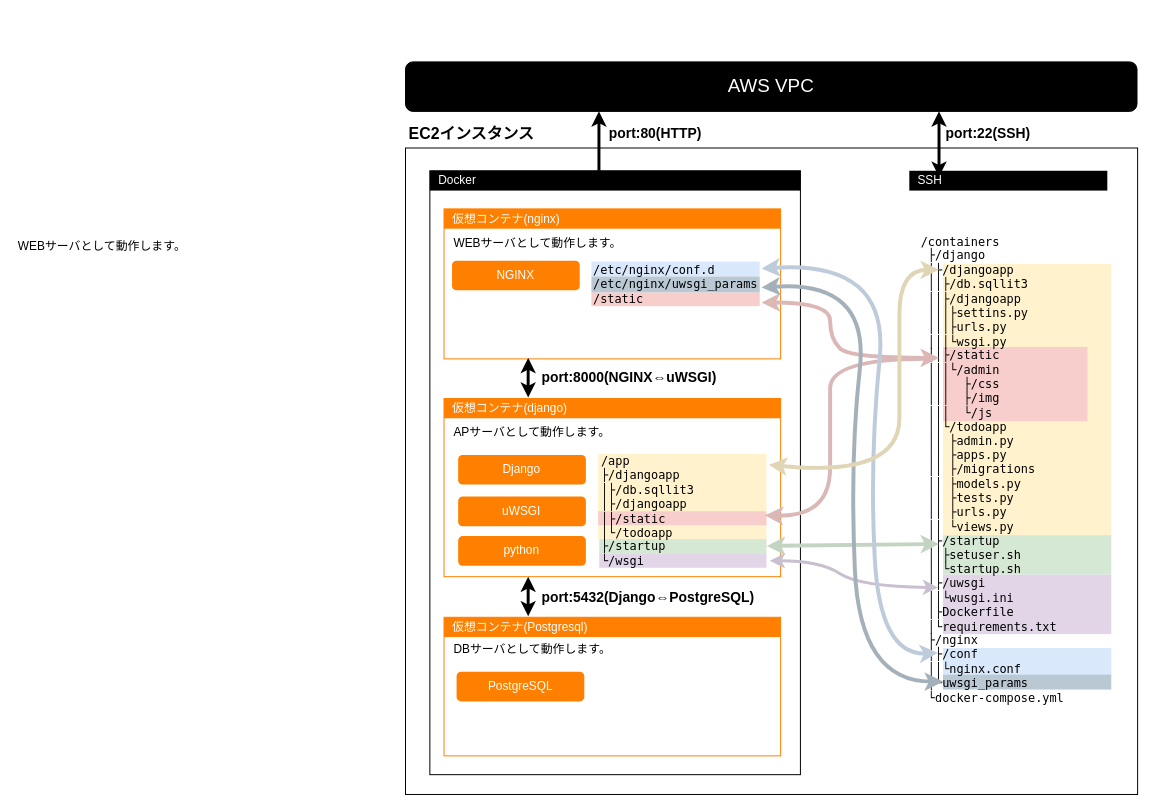
Above: AWS研修_EC2イメージ図.drawio in reizo0901/Doc (draw.io), before the change. Source tidied: cells renumbered, new cells numbered last; positions are measured from the earlier drawing's top-left corner, leaving out a move shared by most shapes. Both pictures are drawn from the tidied source at 99%, with x=0, y=0 at pixel (16, 61).
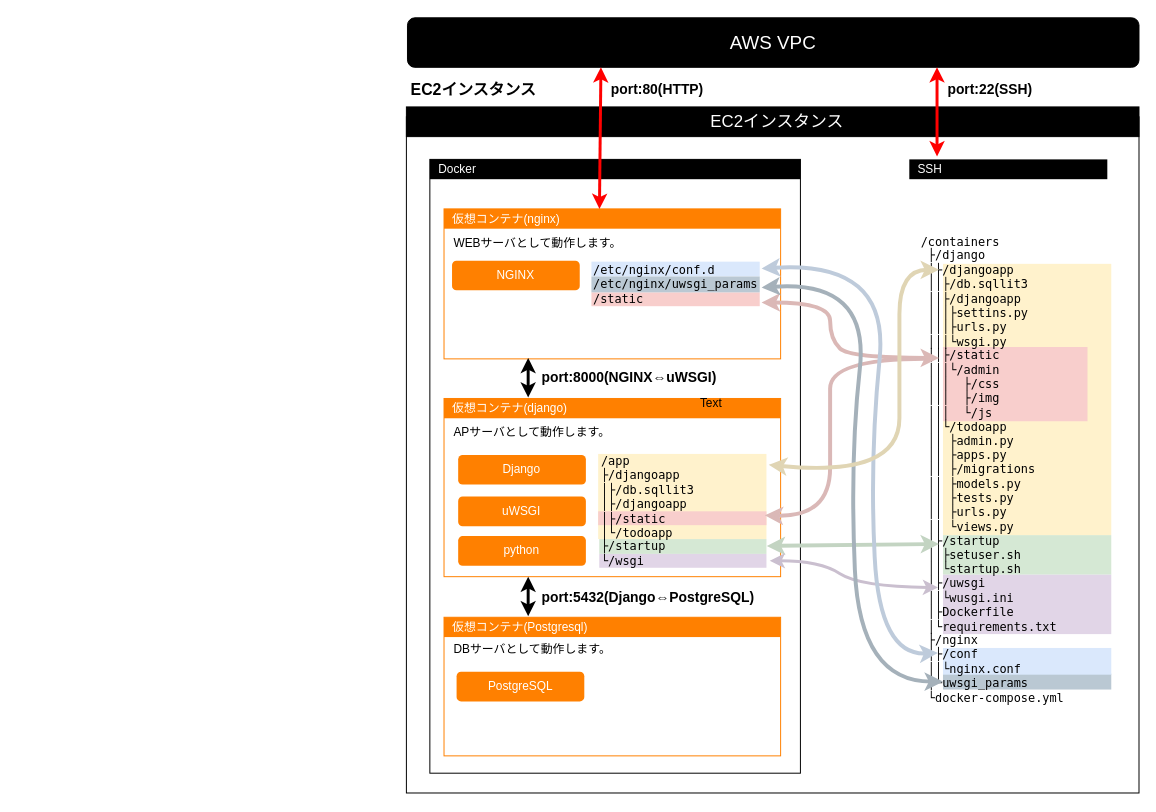
The same diagram, later.

Commit message (it also covers changes not shown here):
AWS研修_EC2イメージ図.drawio を更新します

The edit, as a diff of the source:
```diff
@@
     <mxCell id="2" style="rounded=0;whiteSpace=wrap;html=1;" parent="1" vertex="1">
-      <mxGeometry x="393.1" y="87" width="739.5" height="653" as="geometry" />
+      <mxGeometry x="394" y="55.5" width="740" height="683" as="geometry" />
     </mxCell>
@@
     <mxCell id="4" value="EC2インスタンス" style="text;html=1;strokeColor=none;fillColor=none;align=center;verticalAlign=middle;whiteSpace=wrap;rounded=0;fontStyle=1;fontColor=#000000;fontSize=16;" parent="1" vertex="1">
-      <mxGeometry x="393.1" y="57" width="134.4" height="30" as="geometry" />
+      <mxGeometry x="395.1" y="12.5" width="134.4" height="30" as="geometry" />
     </mxCell>
@@
-    <mxCell id="10" style="endArrow=classic;startArrow=classic;html=1;rounded=0;strokeWidth=3;" parent="1" edge="1">
-      <mxGeometry relative="1" as="geometry">
-        <mxPoint x="932" y="116" as="sourcePoint" />
-        <mxPoint x="932" y="50" as="targetPoint" />
-      </mxGeometry>
-    </mxCell>
     <mxCell id="11" value="port:22(SSH)" style="text;html=1;strokeColor=none;fillColor=none;align=left;verticalAlign=middle;whiteSpace=wrap;rounded=0;fontSize=14;fontStyle=1;" parent="1" vertex="1">
-      <mxGeometry x="937" y="57" width="104" height="30" as="geometry" />
+      <mxGeometry x="939" y="12.5" width="104" height="30" as="geometry" />
     </mxCell>
-    <mxCell id="12" style="endArrow=classic;startArrow=classic;html=1;rounded=0;exitX=0.25;exitY=0;exitDx=0;exitDy=0;strokeWidth=3;" parent="1" edge="1">
-      <mxGeometry relative="1" as="geometry">
-        <mxPoint x="588.5" y="139" as="sourcePoint" />
-        <mxPoint x="588.5" y="50" as="targetPoint" />
-      </mxGeometry>
-    </mxCell>
     <mxCell id="13" value="port:80(HTTP)" style="text;html=1;strokeColor=none;fillColor=none;align=left;verticalAlign=middle;whiteSpace=wrap;rounded=0;fontSize=14;fontStyle=1;" parent="1" vertex="1">
-      <mxGeometry x="597" y="57" width="113" height="30" as="geometry" />
+      <mxGeometry x="599" y="12.5" width="113" height="30" as="geometry" />
     </mxCell>
@@
     <mxCell id="16" value="AWS VPC" style="rounded=1;whiteSpace=wrap;html=1;fillColor=#000000;fontColor=#FFFFFF;fontSize=19;" parent="1" vertex="1">
-      <mxGeometry x="393.1" width="738.9" height="50" as="geometry" />
+      <mxGeometry x="395.1" y="-44.5" width="738.9" height="50" as="geometry" />
     </mxCell>
     <mxCell id="17" style="rounded=0;whiteSpace=wrap;html=1;" parent="1" vertex="1">
-      <mxGeometry x="417.7" y="110" width="374.3" height="610" as="geometry" />
+      <mxGeometry x="417.7" y="98.5" width="374.3" height="620" as="geometry" />
     </mxCell>
     <mxCell id="18" value="&amp;nbsp; Docker" style="text;html=1;strokeColor=none;fillColor=#000000;align=left;verticalAlign=middle;whiteSpace=wrap;rounded=0;fontSize=12;fontStyle=0;fontColor=#FFFFFF;" parent="1" vertex="1">
-      <mxGeometry x="417.7" y="110" width="374.3" height="20" as="geometry" />
+      <mxGeometry x="417.7" y="98.5" width="374.3" height="20" as="geometry" />
     </mxCell>
-    <mxCell id="19" value="WEBサーバとして動作します。" style="text;html=1;strokeColor=none;fillColor=none;align=left;verticalAlign=top;whiteSpace=wrap;rounded=0;" parent="1" vertex="1">
-      <mxGeometry x="0.1" y="172.5" width="250" height="30" as="geometry" />
-    </mxCell>
@@
     <mxCell id="52" value="&amp;nbsp; SSH" style="text;html=1;strokeColor=none;fillColor=#000000;align=left;verticalAlign=middle;whiteSpace=wrap;rounded=0;fontSize=12;fontStyle=0;fontColor=#FFFFFF;" parent="1" vertex="1">
-      <mxGeometry x="902" y="110" width="200" height="20" as="geometry" />
+      <mxGeometry x="902" y="98.5" width="200" height="20" as="geometry" />
     </mxCell>
@@
+    <mxCell id="56" value="Text" style="text;html=1;strokeColor=none;fillColor=none;align=center;verticalAlign=middle;whiteSpace=wrap;rounded=0;" parent="1" vertex="1">
+      <mxGeometry x="672" y="330" width="60" height="30" as="geometry" />
+    </mxCell>
+    <mxCell id="57" value="&amp;nbsp; EC2インスタンス" style="text;html=1;strokeColor=default;fillColor=#000000;align=center;verticalAlign=middle;whiteSpace=wrap;rounded=0;fontSize=17;fontStyle=0;fontColor=#FFFFFF;" parent="1" vertex="1">
+      <mxGeometry x="394" y="45.5" width="740" height="30" as="geometry" />
+    </mxCell>
+    <mxCell id="12" style="endArrow=classic;startArrow=classic;html=1;rounded=0;strokeWidth=3;strokeColor=#FF0000;" parent="1" edge="1">
+      <mxGeometry relative="1" as="geometry">
+        <mxPoint x="589" y="148.5" as="sourcePoint" />
+        <mxPoint x="590.5" y="5.5" as="targetPoint" />
+      </mxGeometry>
+    </mxCell>
+    <mxCell id="10" style="endArrow=classic;startArrow=classic;html=1;rounded=0;strokeWidth=3;strokeColor=#FF0000;" parent="1" edge="1">
+      <mxGeometry relative="1" as="geometry">
+        <mxPoint x="930" y="95.5" as="sourcePoint" />
+        <mxPoint x="930" y="5.5" as="targetPoint" />
+      </mxGeometry>
+    </mxCell>
```
